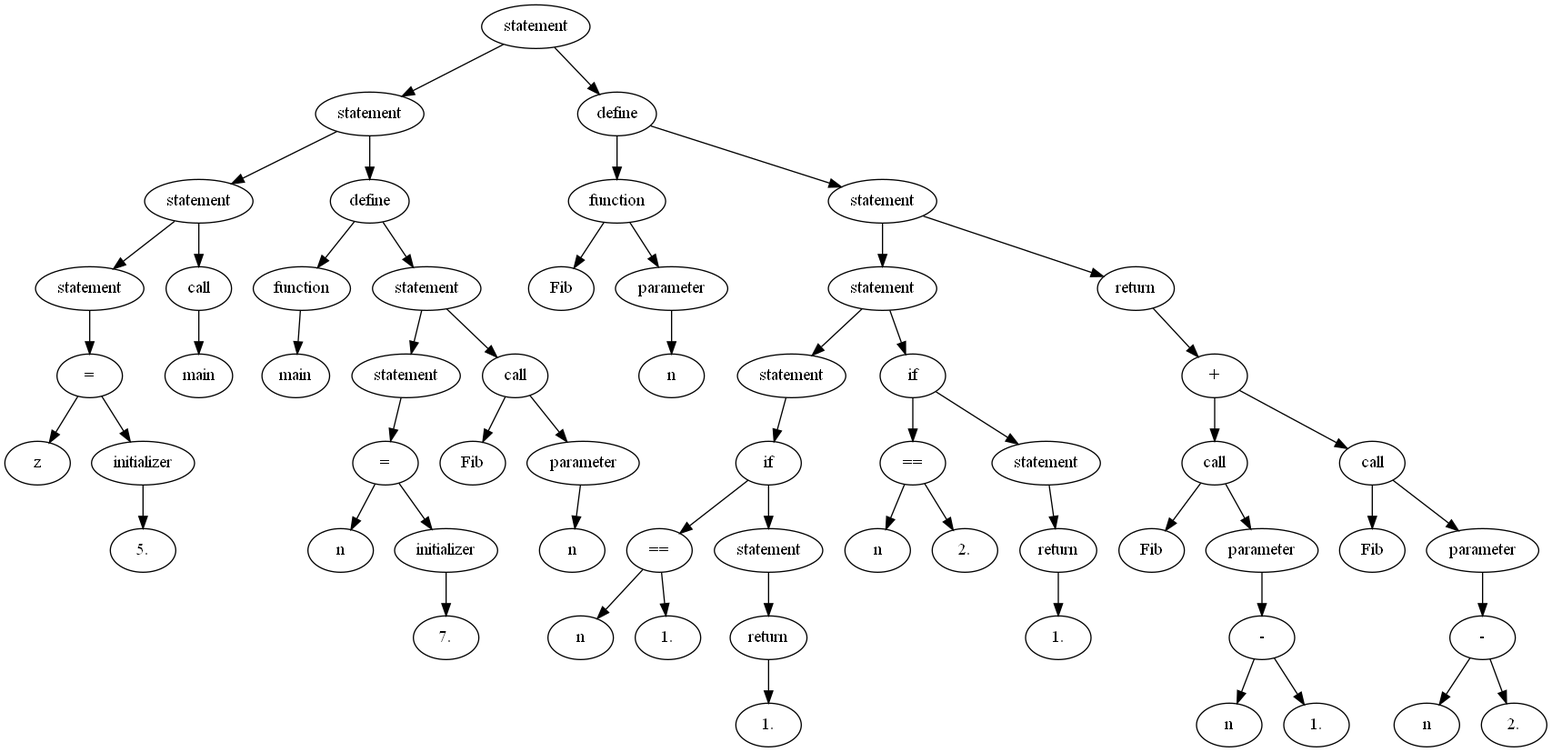
The Graphviz diagram russkie_alga!/parse.png in matmuher/flip-flop, before a commit. Its source is kept beside it as russkie_alga!/parse.dot.
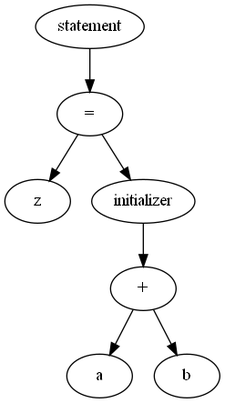
After the change.

Commit message:
statement and other service nodes should be marked as served. asming continue

Diff of the diagram source:
```diff
@@ -1,119 +1,15 @@
 digraph G {
-A007671A0 [label = "statement"];
-A007671A0 -> A00762870;
-A007671A0 -> A00767E00;
-A00762870 [label = "statement"];
-A00762870 -> A00760568;
-A00762870 -> A00767158;
-A00760568 [label = "statement"];
-A00760568 -> A007604C0;
-A00760568 -> A00762858;
-A007604C0 [label = "statement"];
-A007604C0 -> A00760550;
-A00760550 [label = "="];
-A00760550 -> A007604F0;
-A00760550 -> A00760520;
-A007604F0 [label = "z"];
-A00760520 [label = "initializer"];
-A00760520 -> A00760508;
-A00760508 [label = "5."];
-A00762858 [label = "call"];
-A00762858 -> A00760598;
-A00760598 [label = "main"];
-A00767158 [label = "define"];
-A00767158 -> A00767278;
-A00767158 -> A00767200;
-A00767278 [label = "function"];
-A00767278 -> A007628A0;
-A007628A0 [label = "main"];
-A00767200 [label = "statement"];
-A00767200 -> A007628B8;
-A00767200 -> A00767248;
-A007628B8 [label = "statement"];
-A007628B8 -> A00767140;
-A00767140 [label = "="];
-A00767140 -> A00767218;
-A00767140 -> A007672A8;
-A00767218 [label = "n"];
-A007672A8 [label = "initializer"];
-A007672A8 -> A007671E8;
-A007671E8 [label = "7."];
-A00767248 [label = "call"];
-A00767248 -> A00767170;
-A00767248 -> A007672C0;
-A00767170 [label = "Fib"];
-A007672C0 [label = "parameter"];
-A007672C0 -> A00767290;
-A00767290 [label = "n"];
-A00767E00 [label = "define"];
-A00767E00 -> A007676C8;
-A00767E00 -> A007673F8;
-A007676C8 [label = "function"];
-A007676C8 -> A007672D8;
-A007676C8 -> A007671B8;
-A007672D8 [label = "Fib"];
-A007671B8 [label = "parameter"];
-A007671B8 -> A007673C8;
-A007673C8 [label = "n"];
-A007673F8 [label = "statement"];
-A007673F8 -> A007673B0;
-A007673F8 -> A007676B0;
-A007673B0 [label = "statement"];
-A007673B0 -> A00767638;
-A007673B0 -> A00767620;
-A00767638 [label = "statement"];
-A00767638 -> A007675D8;
-A007675D8 [label = "if"];
-A007675D8 -> A00767530;
-A007675D8 -> A00767560;
-A00767530 [label = "=="];
-A00767530 -> A00767440;
-A00767530 -> A00767608;
-A00767440 [label = "n"];
-A00767608 [label = "1."];
-A00767560 [label = "statement"];
-A00767560 -> A00767470;
-A00767470 [label = "return"];
-A00767470 -> A00767548;
-A00767548 [label = "1."];
-A00767620 [label = "if"];
-A00767620 -> A00767500;
-A00767620 -> A00767350;
-A00767500 [label = "=="];
-A00767500 -> A00767458;
-A00767500 -> A00767578;
-A00767458 [label = "n"];
-A00767578 [label = "2."];
-A00767350 [label = "statement"];
-A00767350 -> A007674E8;
-A007674E8 [label = "return"];
-A007674E8 -> A007673E0;
-A007673E0 [label = "1."];
-A007676B0 [label = "return"];
-A007676B0 -> A00767668;
-A00767668 [label = "+"];
-A00767668 -> A00767398;
-A00767668 -> A00767698;
-A00767398 [label = "call"];
-A00767398 -> A00767380;
-A00767398 -> A00767590;
-A00767380 [label = "Fib"];
-A00767590 [label = "parameter"];
-A00767590 -> A007674D0;
-A007674D0 [label = "-"];
-A007674D0 -> A007674B8;
-A007674D0 -> A007674A0;
-A007674B8 [label = "n"];
-A007674A0 [label = "1."];
-A00767698 [label = "call"];
-A00767698 -> A007675C0;
-A00767698 -> A007675F0;
-A007675C0 [label = "Fib"];
-A007675F0 [label = "parameter"];
-A007675F0 -> A00767650;
-A00767650 [label = "-"];
-A00767650 -> A00767680;
-A00767650 -> A007676E0;
-A00767680 [label = "n"];
-A007676E0 [label = "2."];
+A009B33B0 [label = "statement"];
+A009B33B0 -> A009B34B0;
+A009B34B0 [label = "="];
+A009B34B0 -> A009B33E0;
+A009B34B0 -> A009B3480;
+A009B33E0 [label = "z"];
+A009B3480 [label = "initializer"];
+A009B3480 -> A009B3458;
+A009B3458 [label = "+"];
+A009B3458 -> A009B3408;
+A009B3458 -> A009B3430;
+A009B3408 [label = "a"];
+A009B3430 [label = "b"];
 }
```
